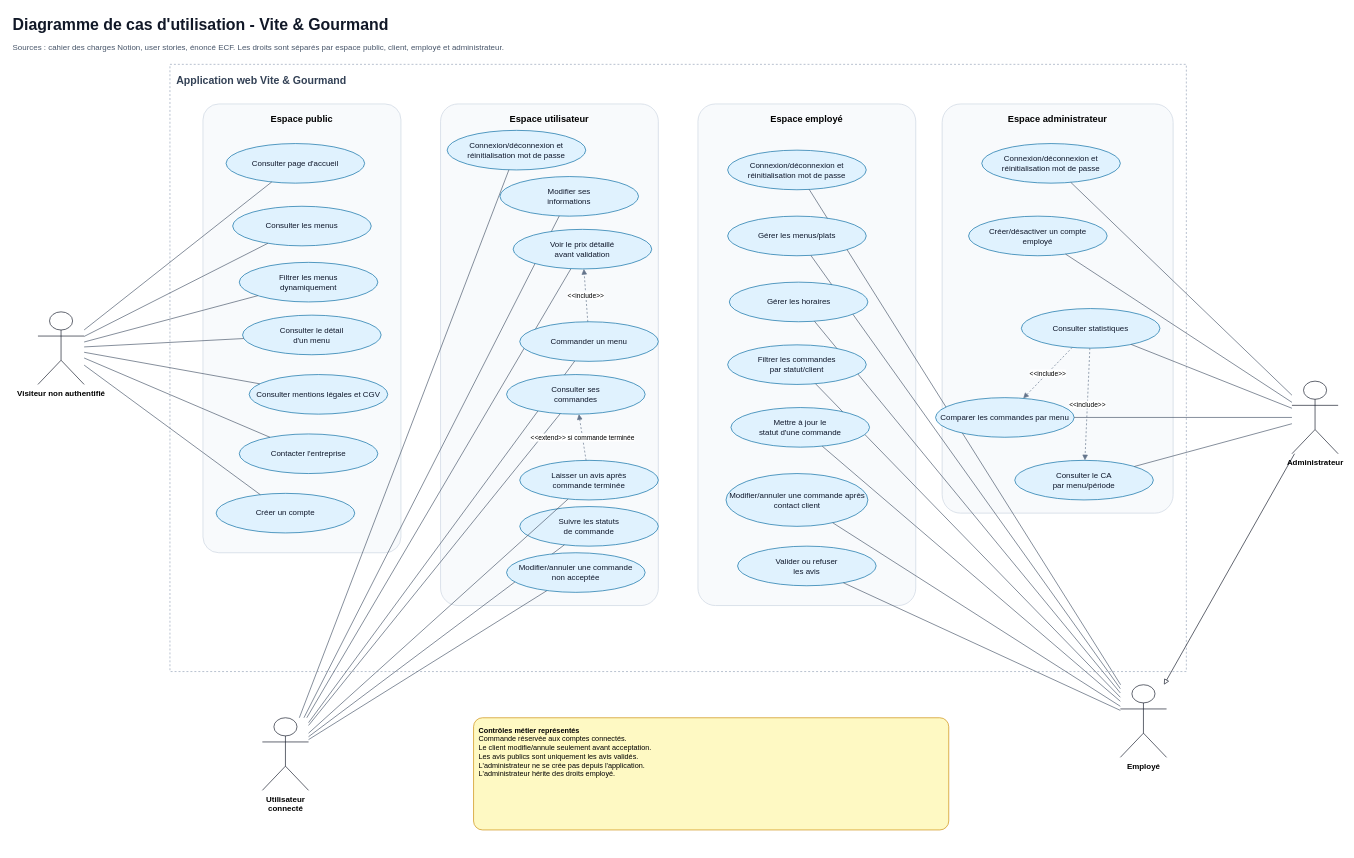
The draw.io diagram docs/uml/use-case-diagram.drawio in elscribe/Github-vite-et-gourmand, before the edit. Source tidied: cells renumbered, new cells numbered last; positions are measured from the earlier drawing's top-left corner, leaving out a move shared by most shapes. Both pictures are drawn from the tidied source at 66%, with x=0, y=0 at pixel (11, 11).
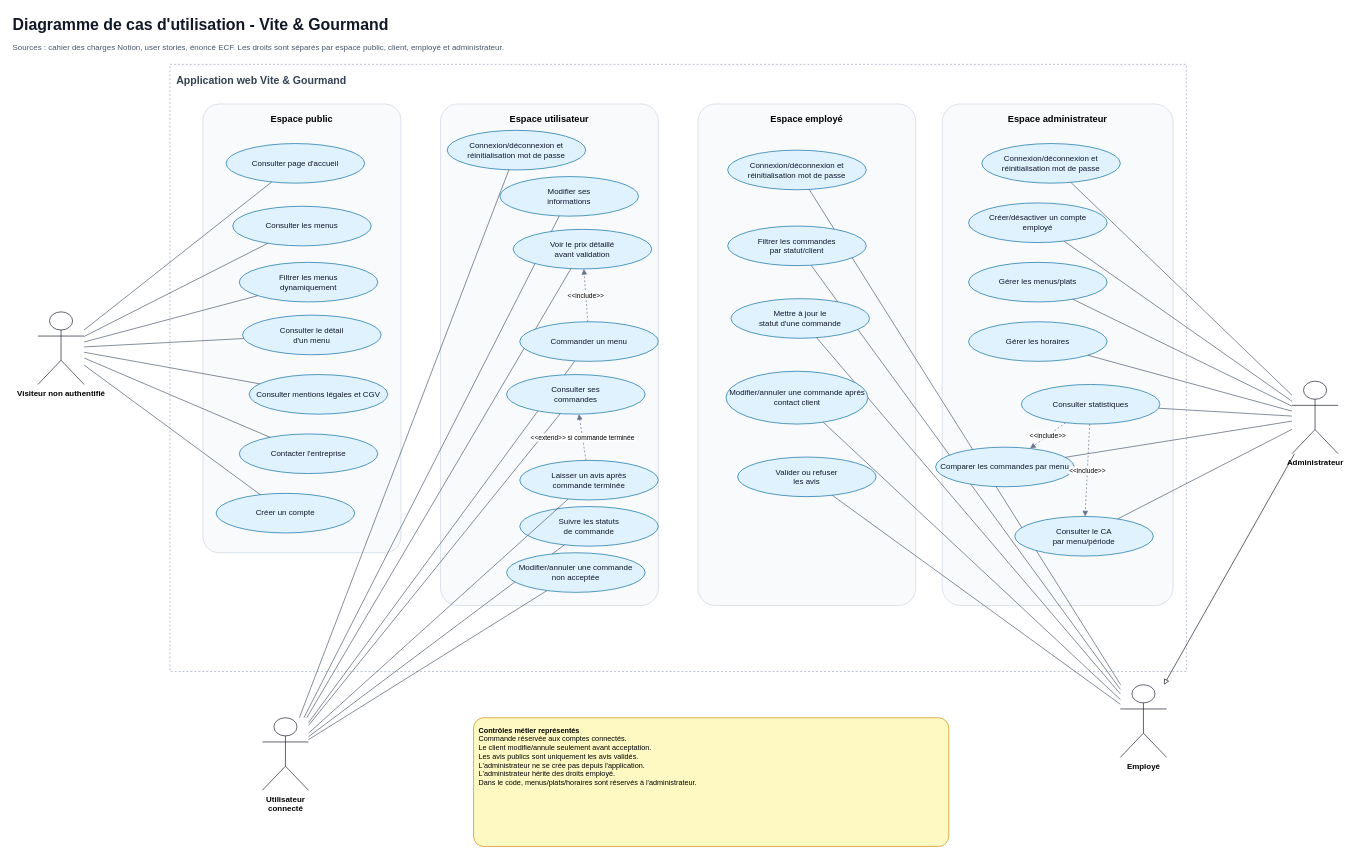
The same page after the edit.

Unchanged cells that the change refers to:
```xml
<mxCell id="7" value="Employé" style="shape=umlActor;verticalLabelPosition=bottom;verticalAlign=top;html=1;outlineConnect=0;fillColor=#ffffff;strokeColor=#111827;fontSize=12;fontStyle=1;" parent="1" vertex="1">
  <mxGeometry x="1680" y="1020" width="70" height="110" as="geometry" />
</mxCell>
<mxCell id="8" value="Administrateur" style="shape=umlActor;verticalLabelPosition=bottom;verticalAlign=top;html=1;outlineConnect=0;fillColor=#ffffff;strokeColor=#111827;fontSize=12;fontStyle=1;" parent="1" vertex="1">
  <mxGeometry x="1940" y="560" width="70" height="110" as="geometry" />
</mxCell>
```

What changed in the source:
```diff
@@
     <mxCell id="12" value="Espace administrateur" style="rounded=1;whiteSpace=wrap;html=1;fillColor=#f8fafc;strokeColor=#cbd5e1;fontSize=14;fontStyle=1;verticalAlign=top;align=center;spacingTop=8;arcSize=8;" parent="1" vertex="1">
-      <mxGeometry x="1410" y="140" width="350" height="620" as="geometry" />
+      <mxGeometry x="1410" y="140" width="350" height="760" as="geometry" />
     </mxCell>
@@
     <mxCell id="42" value="Gérer les menus/plats" style="ellipse;whiteSpace=wrap;html=1;fillColor=#e0f2fe;strokeColor=#0369a1;fontSize=12;fontColor=#0f172a;" parent="1" vertex="1">
-      <mxGeometry x="1085" y="310" width="210" height="60" as="geometry" />
+      <mxGeometry x="1450" y="380" width="210" height="60" as="geometry" />
     </mxCell>
-    <mxCell id="43" style="endArrow=none;html=1;rounded=0;strokeColor=#475569;fontSize=10;" parent="1" edge="1" source="7" target="42">
+    <mxCell id="43" style="endArrow=none;html=1;rounded=0;strokeColor=#475569;fontSize=10;" parent="1" edge="1" source="8" target="42">
       <mxGeometry relative="1" as="geometry" />
     </mxCell>
     <mxCell id="44" value="Gérer les horaires" style="ellipse;whiteSpace=wrap;html=1;fillColor=#e0f2fe;strokeColor=#0369a1;fontSize=12;fontColor=#0f172a;" parent="1" vertex="1">
-      <mxGeometry x="1087.5" y="410" width="210" height="60" as="geometry" />
+      <mxGeometry x="1450" y="470" width="210" height="60" as="geometry" />
     </mxCell>
-    <mxCell id="45" style="endArrow=none;html=1;rounded=0;strokeColor=#475569;fontSize=10;" parent="1" edge="1" source="7" target="44">
+    <mxCell id="45" style="endArrow=none;html=1;rounded=0;strokeColor=#475569;fontSize=10;" parent="1" edge="1" source="8" target="44">
       <mxGeometry relative="1" as="geometry" />
     </mxCell>
     <mxCell id="46" value="Filtrer les commandes&#10;par statut/client" style="ellipse;whiteSpace=wrap;html=1;fillColor=#e0f2fe;strokeColor=#0369a1;fontSize=12;fontColor=#0f172a;" parent="1" vertex="1">
-      <mxGeometry x="1085" y="505" width="210" height="60" as="geometry" />
+      <mxGeometry x="1085" y="325" width="210" height="60" as="geometry" />
     </mxCell>
@@
     <mxCell id="48" value="Mettre à jour le&#10;statut d'une commande" style="ellipse;whiteSpace=wrap;html=1;fillColor=#e0f2fe;strokeColor=#0369a1;fontSize=12;fontColor=#0f172a;" parent="1" vertex="1">
-      <mxGeometry x="1090" y="600" width="210" height="60" as="geometry" />
+      <mxGeometry x="1090" y="435" width="210" height="60" as="geometry" />
     </mxCell>
@@
     <mxCell id="50" value="Modifier/annuler une commande après&lt;br&gt;contact client" style="ellipse;whiteSpace=wrap;html=1;fillColor=#e0f2fe;strokeColor=#0369a1;fontSize=12;fontColor=#0f172a;" parent="1" vertex="1">
-      <mxGeometry x="1082.5" y="700" width="215" height="80" as="geometry" />
+      <mxGeometry x="1082.5" y="545" width="215" height="80" as="geometry" />
     </mxCell>
@@
     <mxCell id="52" value="Valider ou refuser&#10;les avis" style="ellipse;whiteSpace=wrap;html=1;fillColor=#e0f2fe;strokeColor=#0369a1;fontSize=12;fontColor=#0f172a;" parent="1" vertex="1">
-      <mxGeometry x="1100" y="810" width="210" height="60" as="geometry" />
+      <mxGeometry x="1100" y="675" width="210" height="60" as="geometry" />
     </mxCell>
@@
     <mxCell id="56" value="Créer/désactiver un compte&lt;br&gt;employé" style="ellipse;whiteSpace=wrap;html=1;fillColor=#e0f2fe;strokeColor=#0369a1;fontSize=12;fontColor=#0f172a;" parent="1" vertex="1">
-      <mxGeometry x="1450" y="310" width="210" height="60" as="geometry" />
+      <mxGeometry x="1450" y="290" width="210" height="60" as="geometry" />
     </mxCell>
@@
     <mxCell id="58" value="Consulter statistiques" style="ellipse;whiteSpace=wrap;html=1;fillColor=#e0f2fe;strokeColor=#0369a1;fontSize=12;fontColor=#0f172a;" parent="1" vertex="1">
-      <mxGeometry x="1530" y="450" width="210" height="60" as="geometry" />
+      <mxGeometry x="1530" y="565" width="210" height="60" as="geometry" />
     </mxCell>
@@
     <mxCell id="60" value="Comparer les commandes par menu" style="ellipse;whiteSpace=wrap;html=1;fillColor=#e0f2fe;strokeColor=#0369a1;fontSize=12;fontColor=#0f172a;" parent="1" vertex="1">
-      <mxGeometry x="1400" y="585" width="210" height="60" as="geometry" />
+      <mxGeometry x="1400" y="660" width="210" height="60" as="geometry" />
     </mxCell>
@@
     <mxCell id="62" value="Consulter le CA&#10;par menu/période" style="ellipse;whiteSpace=wrap;html=1;fillColor=#e0f2fe;strokeColor=#0369a1;fontSize=12;fontColor=#0f172a;" parent="1" vertex="1">
-      <mxGeometry x="1520" y="680" width="210" height="60" as="geometry" />
+      <mxGeometry x="1520" y="765" width="210" height="60" as="geometry" />
     </mxCell>
@@
-    <mxCell id="69" value="&lt;b&gt;Contrôles métier représentés&lt;/b&gt;&lt;br&gt;Commande réservée aux comptes connectés.&lt;br&gt;Le client modifie/annule seulement avant acceptation.&lt;br&gt;Les avis publics sont uniquement les avis validés.&lt;br&gt;L'administrateur ne se crée pas depuis l'application.&lt;br&gt;L'administrateur hérite des droits employé." style="rounded=1;whiteSpace=wrap;html=1;fillColor=#fef9c3;strokeColor=#ca8a04;fontSize=11;align=left;verticalAlign=top;spacing=8;arcSize=8;" parent="1" vertex="1">
-      <mxGeometry x="700" y="1070" width="720" height="170" as="geometry" />
+    <mxCell id="69" value="&lt;b&gt;Contrôles métier représentés&lt;/b&gt;&lt;br&gt;Commande réservée aux comptes connectés.&lt;br&gt;Le client modifie/annule seulement avant acceptation.&lt;br&gt;Les avis publics sont uniquement les avis validés.&lt;br&gt;L'administrateur ne se crée pas depuis l'application.&lt;br&gt;L'administrateur hérite des droits employé.&lt;br&gt;Dans le code, menus/plats/horaires sont réservés à l'administrateur." style="rounded=1;whiteSpace=wrap;html=1;fillColor=#fef9c3;strokeColor=#ca8a04;fontSize=11;align=left;verticalAlign=top;spacing=8;arcSize=8;" parent="1" vertex="1">
+      <mxGeometry x="700" y="1070" width="720" height="195" as="geometry" />
     </mxCell>
```
